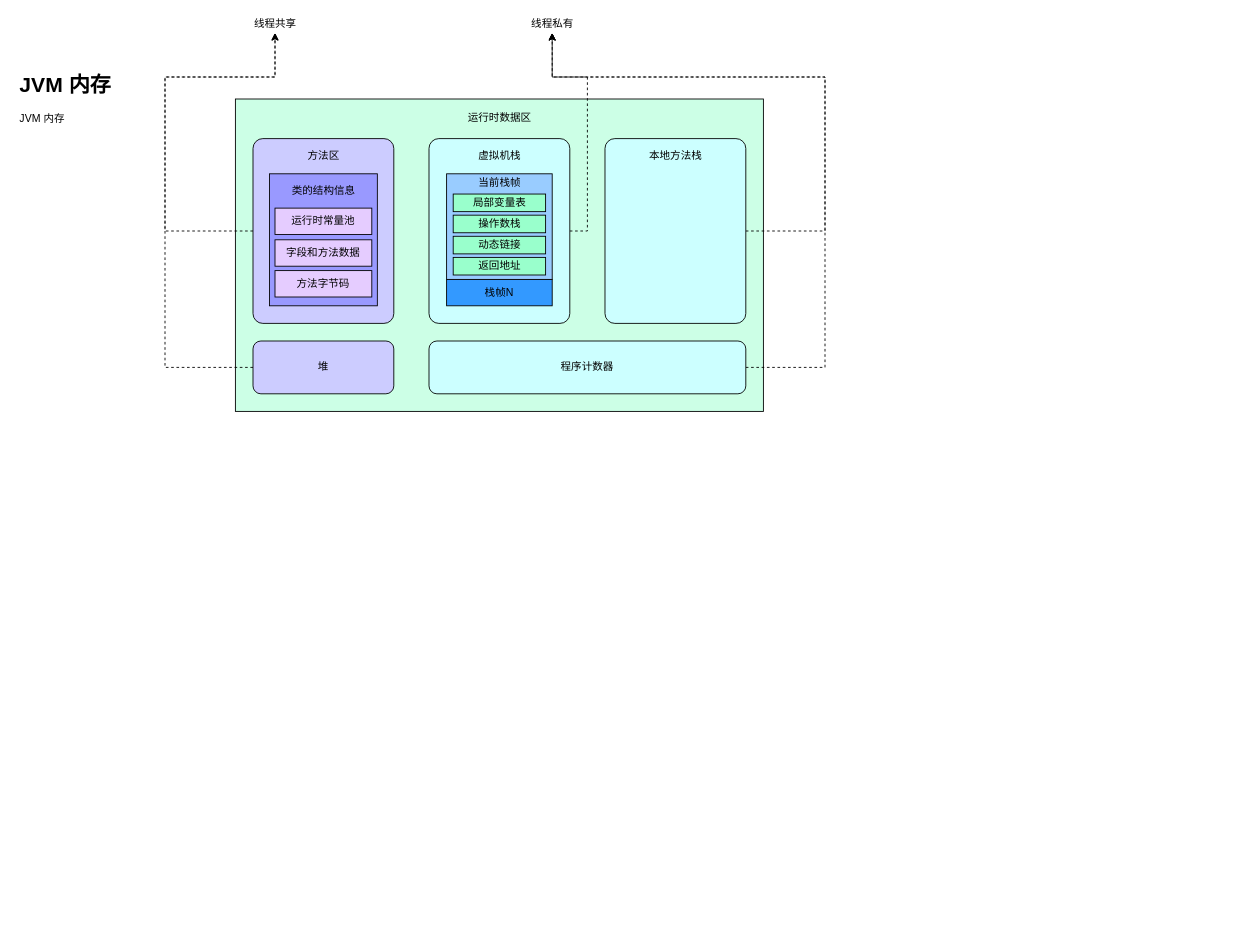
Earlier version of the draw.io diagram interview/java/jvm.drawio (popany/notes). Source tidied: cells renumbered, new cells numbered last; positions are measured from the earlier drawing's top-left corner, leaving out a move shared by most shapes. Both pictures are drawn from the tidied source at 88%, with x=0, y=0 at pixel (15, 15).
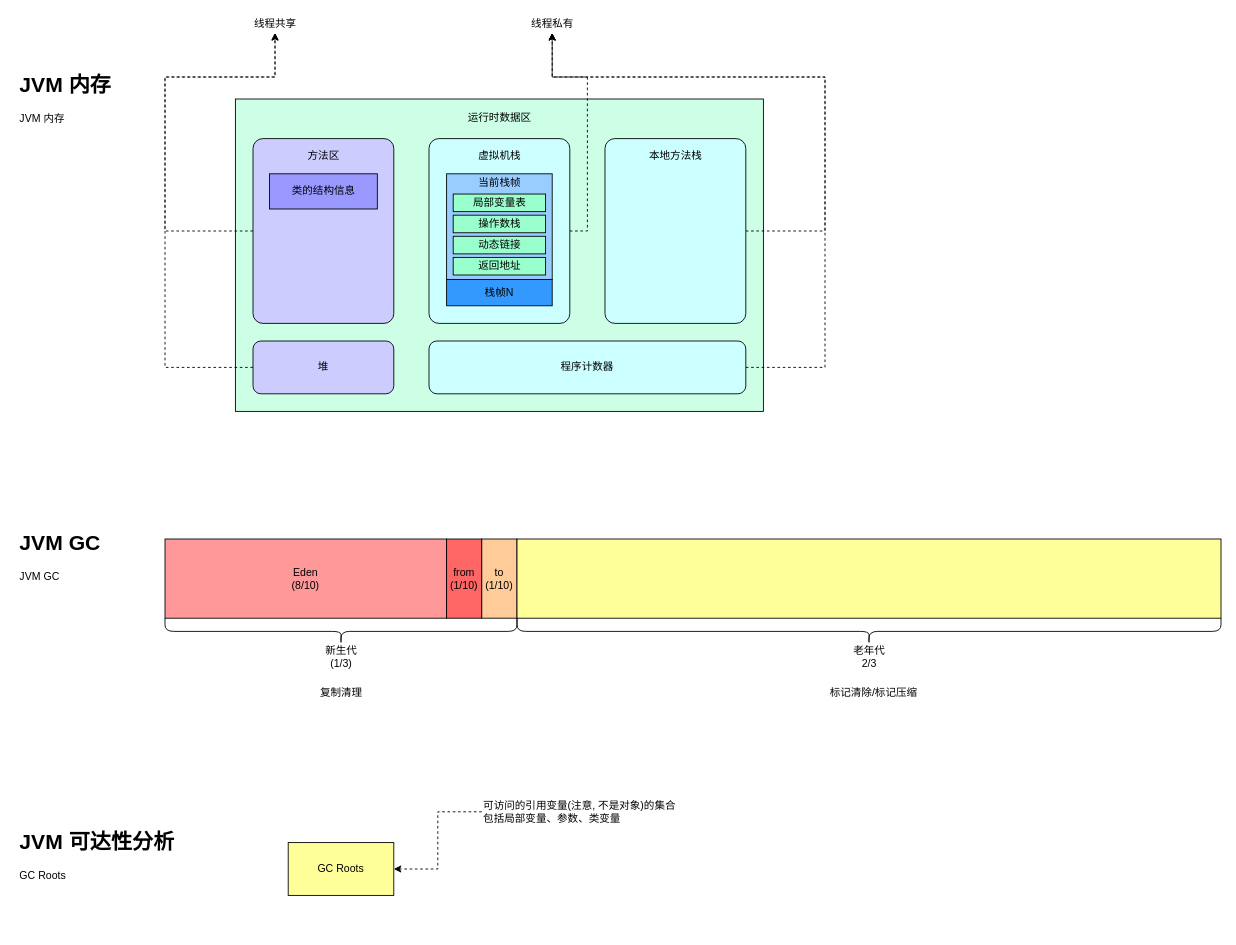
Above is the later version.

Diff of the diagram source:
```diff
@@
     <mxCell id="27" style="rounded=0;whiteSpace=wrap;html=1;fillColor=#9999FF;" parent="1" vertex="1">
-      <mxGeometry x="288.8" y="180" width="122.5" height="150" as="geometry" />
+      <mxGeometry x="288.8" y="180" width="122.5" height="40" as="geometry" />
     </mxCell>
-    <mxCell id="28" value="运行时常量池" style="rounded=0;whiteSpace=wrap;html=1;fillColor=#E5CCFF;" parent="1" vertex="1">
-      <mxGeometry x="295" y="219" width="110" height="30" as="geometry" />
-    </mxCell>
-    <mxCell id="29" value="字段和方法数据" style="rounded=0;whiteSpace=wrap;html=1;fillColor=#E5CCFF;" parent="1" vertex="1">
-      <mxGeometry x="295" y="255" width="110" height="30" as="geometry" />
-    </mxCell>
-    <mxCell id="30" value="方法字节码" style="rounded=0;whiteSpace=wrap;html=1;fillColor=#E5CCFF;" parent="1" vertex="1">
-      <mxGeometry x="295" y="290" width="110" height="30" as="geometry" />
-    </mxCell>
@@
+    <mxCell id="32" value="&lt;h1&gt;JVM GC&lt;/h1&gt;&lt;p&gt;JVM GC&lt;/p&gt;" style="text;html=1;strokeColor=none;fillColor=none;spacing=5;spacingTop=-20;whiteSpace=wrap;overflow=hidden;rounded=0;" parent="1" vertex="1">
+      <mxGeometry y="580" width="160" height="120" as="geometry" />
+    </mxCell>
+    <mxCell id="33" value="Eden&lt;br&gt;(8/10)" style="rounded=0;whiteSpace=wrap;html=1;fillColor=#FF9999;" parent="1" vertex="1">
+      <mxGeometry x="170" y="595" width="320" height="90" as="geometry" />
+    </mxCell>
+    <mxCell id="34" value="from&lt;br&gt;(1/10)" style="rounded=0;whiteSpace=wrap;html=1;fillColor=#FF6666;" parent="1" vertex="1">
+      <mxGeometry x="490" y="595" width="40" height="90" as="geometry" />
+    </mxCell>
+    <mxCell id="35" value="to&lt;br&gt;(1/10)" style="rounded=0;whiteSpace=wrap;html=1;fillColor=#FFCC99;" parent="1" vertex="1">
+      <mxGeometry x="530" y="595" width="40" height="90" as="geometry" />
+    </mxCell>
+    <mxCell id="36" style="rounded=0;whiteSpace=wrap;html=1;fillColor=#FFFF99;" parent="1" vertex="1">
+      <mxGeometry x="570" y="595" width="800" height="90" as="geometry" />
+    </mxCell>
+    <mxCell id="37" style="shape=curlyBracket;whiteSpace=wrap;html=1;rounded=1;flipH=1;fillColor=#FFFF99;rotation=90;" parent="1" vertex="1">
+      <mxGeometry x="355" y="500" width="30" height="400" as="geometry" />
+    </mxCell>
+    <mxCell id="38" style="shape=curlyBracket;whiteSpace=wrap;html=1;rounded=1;flipH=1;fillColor=#FFFF99;rotation=90;" parent="1" vertex="1">
+      <mxGeometry x="955" y="300" width="30" height="800" as="geometry" />
+    </mxCell>
+    <mxCell id="39" value="新生代&lt;br&gt;(1/3)" style="text;html=1;align=center;verticalAlign=middle;strokeColor=none;" parent="1" vertex="1">
+      <mxGeometry x="345" y="714" width="50" height="30" as="geometry" />
+    </mxCell>
+    <mxCell id="40" value="老年代&lt;br&gt;2/3" style="text;html=1;align=center;verticalAlign=middle;strokeColor=none;" parent="1" vertex="1">
+      <mxGeometry x="945" y="714" width="50" height="30" as="geometry" />
+    </mxCell>
+    <mxCell id="41" value="&lt;h1&gt;JVM 可达性分析&lt;/h1&gt;&lt;p&gt;GC Roots&lt;/p&gt;" style="text;html=1;strokeColor=none;fillColor=none;spacing=5;spacingTop=-20;whiteSpace=wrap;overflow=hidden;rounded=0;" parent="1" vertex="1">
+      <mxGeometry y="920" width="220" height="120" as="geometry" />
+    </mxCell>
+    <mxCell id="42" value="GC Roots" style="rounded=0;whiteSpace=wrap;html=1;fillColor=#FFFF99;" parent="1" vertex="1">
+      <mxGeometry x="310" y="940" width="120" height="60" as="geometry" />
+    </mxCell>
+    <mxCell id="43" style="edgeStyle=orthogonalEdgeStyle;rounded=0;jettySize=auto;html=1;dashed=1;" parent="1" edge="1" source="44" target="42">
+      <mxGeometry relative="1" as="geometry">
+        <Array as="points">
+          <mxPoint x="480" y="905" />
+          <mxPoint x="480" y="970" />
+        </Array>
+      </mxGeometry>
+    </mxCell>
+    <mxCell id="44" value="可访问的引用变量(注意, 不是对象)的集合&lt;br&gt;包括局部变量、参数、类变量" style="text;html=1;align=center;verticalAlign=middle;points=[];strokeColor=none;align=left;" parent="1" vertex="1">
+      <mxGeometry x="530" y="890" width="230" height="30" as="geometry" />
+    </mxCell>
+    <mxCell id="45" value="复制清理" style="text;html=1;align=center;verticalAlign=middle;strokeColor=none;" parent="1" vertex="1">
+      <mxGeometry x="340" y="760" width="60" height="20" as="geometry" />
+    </mxCell>
+    <mxCell id="46" value="标记清除/标记压缩" style="text;html=1;align=center;verticalAlign=middle;strokeColor=none;" parent="1" vertex="1">
+      <mxGeometry x="920" y="760" width="110" height="20" as="geometry" />
+    </mxCell>
```
